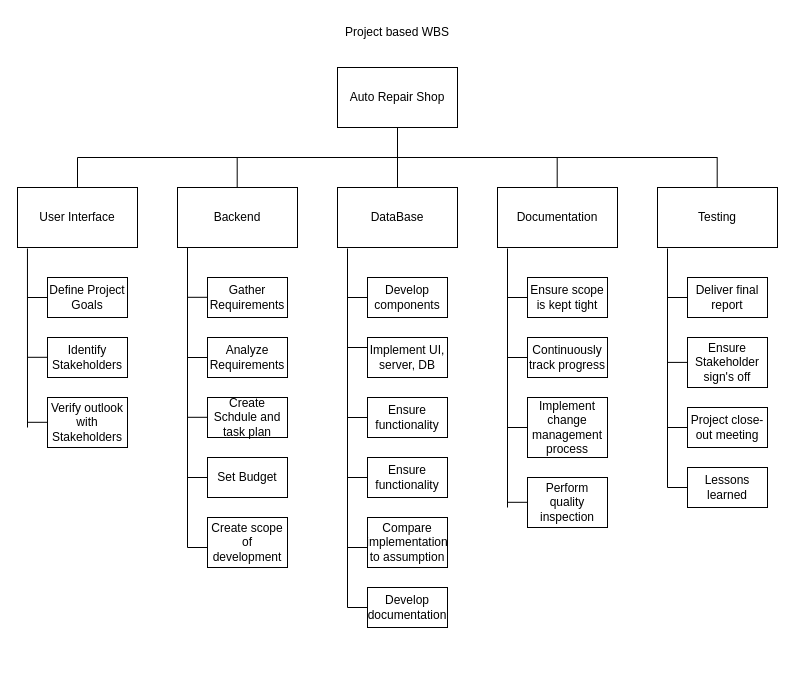
This is AutoRepairProjectBased.drawio from DylanBriSmith/4313Drawings, a draw.io file, before an edit. Source tidied: cells renumbered, new cells numbered last; positions are measured from the earlier drawing's top-left corner, leaving out a move shared by most shapes. Both pictures are drawn from the tidied source at 100%, with x=0, y=0 at pixel (17, 17).
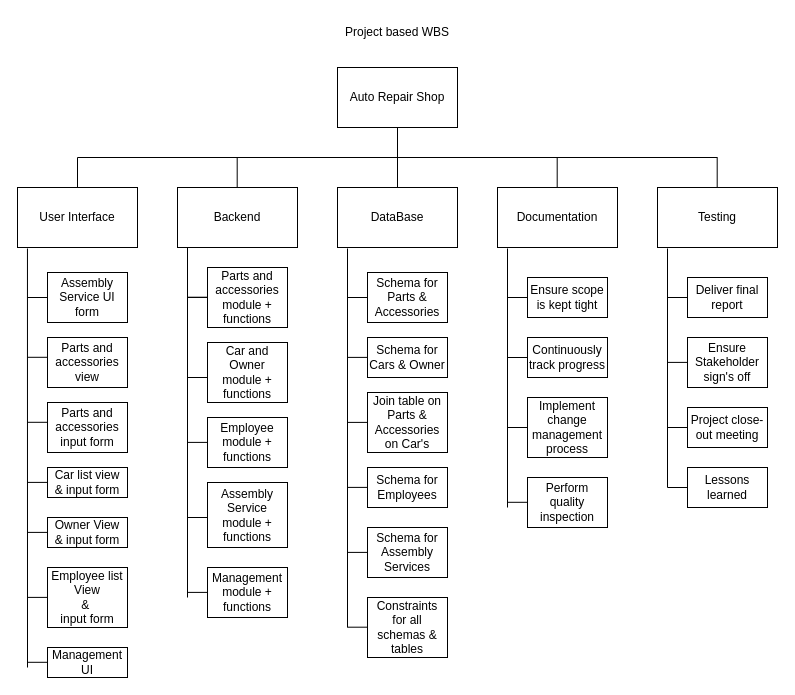
The same page after the edit.

Unchanged cells that the change refers to:
```xml
<mxCell id="3" value="User Interface" style="rounded=0;whiteSpace=wrap;html=1;" parent="1" vertex="1">
  <mxGeometry y="170" width="120" height="60" as="geometry" />
</mxCell>
```

What changed in the source:
```diff
@@
-    <mxCell id="15" value="Define Project Goals" style="rounded=0;whiteSpace=wrap;html=1;" parent="1" vertex="1">
-      <mxGeometry x="30" y="260" width="80" height="40" as="geometry" />
+    <mxCell id="15" value="Assembly Service UI form" style="rounded=0;whiteSpace=wrap;html=1;" parent="1" vertex="1">
+      <mxGeometry x="30" y="255" width="80" height="50" as="geometry" />
     </mxCell>
-    <mxCell id="16" value="Identify Stakeholders" style="rounded=0;whiteSpace=wrap;html=1;" parent="1" vertex="1">
-      <mxGeometry x="30" y="320" width="80" height="40" as="geometry" />
+    <mxCell id="16" value="Parts and accessories view" style="rounded=0;whiteSpace=wrap;html=1;" parent="1" vertex="1">
+      <mxGeometry x="30" y="320" width="80" height="50" as="geometry" />
     </mxCell>
-    <mxCell id="17" value="Gather Requirements" style="rounded=0;whiteSpace=wrap;html=1;" parent="1" vertex="1">
-      <mxGeometry x="190" y="260" width="80" height="40" as="geometry" />
+    <mxCell id="17" value="Parts and accessories module + functions" style="rounded=0;whiteSpace=wrap;html=1;" parent="1" vertex="1">
+      <mxGeometry x="190" y="250" width="80" height="60" as="geometry" />
     </mxCell>
-    <mxCell id="18" value="Analyze Requirements" style="rounded=0;whiteSpace=wrap;html=1;" parent="1" vertex="1">
-      <mxGeometry x="190" y="320" width="80" height="40" as="geometry" />
+    <mxCell id="18" value="Car and Owner module + functions" style="rounded=0;whiteSpace=wrap;html=1;" parent="1" vertex="1">
+      <mxGeometry x="190" y="325" width="80" height="60" as="geometry" />
     </mxCell>
-    <mxCell id="19" value="Create Schdule and task plan" style="rounded=0;whiteSpace=wrap;html=1;" parent="1" vertex="1">
-      <mxGeometry x="190" y="380" width="80" height="40" as="geometry" />
+    <mxCell id="19" value="Employee module + functions" style="rounded=0;whiteSpace=wrap;html=1;" parent="1" vertex="1">
+      <mxGeometry x="190" y="400" width="80" height="50" as="geometry" />
     </mxCell>
-    <mxCell id="20" value="Set Budget" style="rounded=0;whiteSpace=wrap;html=1;" parent="1" vertex="1">
-      <mxGeometry x="190" y="440" width="80" height="40" as="geometry" />
+    <mxCell id="20" value="Assembly Service module + functions" style="rounded=0;whiteSpace=wrap;html=1;" parent="1" vertex="1">
+      <mxGeometry x="190" y="465" width="80" height="65" as="geometry" />
     </mxCell>
-    <mxCell id="21" value="Verify outlook with Stakeholders" style="rounded=0;whiteSpace=wrap;html=1;" parent="1" vertex="1">
-      <mxGeometry x="30" y="380" width="80" height="50" as="geometry" />
+    <mxCell id="21" value="Parts and accessories input form" style="rounded=0;whiteSpace=wrap;html=1;" parent="1" vertex="1">
+      <mxGeometry x="30" y="385" width="80" height="50" as="geometry" />
     </mxCell>
-    <mxCell id="22" value="Create scope of development" style="rounded=0;whiteSpace=wrap;html=1;" parent="1" vertex="1">
-      <mxGeometry x="190" y="500" width="80" height="50" as="geometry" />
-    </mxCell>
-    <mxCell id="23" value="Develop components" style="rounded=0;whiteSpace=wrap;html=1;" parent="1" vertex="1">
-      <mxGeometry x="350" y="260" width="80" height="40" as="geometry" />
+    <mxCell id="23" value="Schema for Parts &amp;amp; Accessories" style="rounded=0;whiteSpace=wrap;html=1;" parent="1" vertex="1">
+      <mxGeometry x="350" y="255" width="80" height="50" as="geometry" />
     </mxCell>
-    <mxCell id="24" value="Implement UI, server, DB" style="rounded=0;whiteSpace=wrap;html=1;" parent="1" vertex="1">
+    <mxCell id="24" value="Schema for Cars &amp;amp; Owner" style="rounded=0;whiteSpace=wrap;html=1;" parent="1" vertex="1">
       <mxGeometry x="350" y="320" width="80" height="40" as="geometry" />
     </mxCell>
-    <mxCell id="25" value="Ensure functionality" style="rounded=0;whiteSpace=wrap;html=1;" parent="1" vertex="1">
-      <mxGeometry x="350" y="380" width="80" height="40" as="geometry" />
+    <mxCell id="25" value="Join table on Parts &amp;amp; Accessories on Car's" style="rounded=0;whiteSpace=wrap;html=1;" parent="1" vertex="1">
+      <mxGeometry x="350" y="375" width="80" height="60" as="geometry" />
     </mxCell>
-    <mxCell id="26" value="Ensure functionality" style="rounded=0;whiteSpace=wrap;html=1;" parent="1" vertex="1">
-      <mxGeometry x="350" y="440" width="80" height="40" as="geometry" />
+    <mxCell id="26" value="Schema for Employees" style="rounded=0;whiteSpace=wrap;html=1;" parent="1" vertex="1">
+      <mxGeometry x="350" y="450" width="80" height="40" as="geometry" />
     </mxCell>
-    <mxCell id="27" value="Compare implementation to assumption" style="rounded=0;whiteSpace=wrap;html=1;" parent="1" vertex="1">
-      <mxGeometry x="350" y="500" width="80" height="50" as="geometry" />
+    <mxCell id="27" value="Schema for Assembly Services" style="rounded=0;whiteSpace=wrap;html=1;" parent="1" vertex="1">
+      <mxGeometry x="350" y="510" width="80" height="50" as="geometry" />
     </mxCell>
-    <mxCell id="28" value="Develop documentation" style="rounded=0;whiteSpace=wrap;html=1;" parent="1" vertex="1">
-      <mxGeometry x="350" y="570" width="80" height="40" as="geometry" />
+    <mxCell id="28" value="Constraints for all schemas &amp;amp; tables" style="rounded=0;whiteSpace=wrap;html=1;" parent="1" vertex="1">
+      <mxGeometry x="350" y="580" width="80" height="60" as="geometry" />
     </mxCell>
@@
     <mxCell id="37" style="endArrow=none;html=1;rounded=0;entryX=0.083;entryY=1.017;entryDx=0;entryDy=0;entryPerimeter=0;" parent="1" edge="1" target="3">
       <mxGeometry relative="1" as="geometry">
-        <mxPoint x="10" y="410" as="sourcePoint" />
+        <mxPoint x="10" y="650" as="sourcePoint" />
       </mxGeometry>
     </mxCell>
     <mxCell id="38" style="endArrow=none;html=1;rounded=0;entryX=0.083;entryY=1.017;entryDx=0;entryDy=0;entryPerimeter=0;" parent="1" edge="1">
       <mxGeometry relative="1" as="geometry">
-        <mxPoint x="170" y="530" as="sourcePoint" />
+        <mxPoint x="170" y="580" as="sourcePoint" />
         <mxPoint x="170" y="230" as="targetPoint" />
       </mxGeometry>
     </mxCell>
     <mxCell id="39" style="endArrow=none;html=1;rounded=0;entryX=0.083;entryY=1.017;entryDx=0;entryDy=0;entryPerimeter=0;" parent="1" edge="1">
       <mxGeometry relative="1" as="geometry">
-        <mxPoint x="330" y="590" as="sourcePoint" />
+        <mxPoint x="330" y="610" as="sourcePoint" />
         <mxPoint x="330" y="231" as="targetPoint" />
       </mxGeometry>
     </mxCell>
@@
     <mxCell id="46" style="endArrow=none;html=1;rounded=0;entryX=0;entryY=0.5;entryDx=0;entryDy=0;" parent="1" edge="1">
       <mxGeometry relative="1" as="geometry">
-        <mxPoint x="170" y="340" as="sourcePoint" />
-        <mxPoint x="190" y="340" as="targetPoint" />
+        <mxPoint x="170" y="279.9" as="sourcePoint" />
+        <mxPoint x="190" y="279.9" as="targetPoint" />
       </mxGeometry>
     </mxCell>
     <mxCell id="47" style="endArrow=none;html=1;rounded=0;entryX=0;entryY=0.5;entryDx=0;entryDy=0;" parent="1" edge="1">
       <mxGeometry relative="1" as="geometry">
-        <mxPoint x="170" y="399.8" as="sourcePoint" />
-        <mxPoint x="190" y="399.8" as="targetPoint" />
+        <mxPoint x="170" y="360" as="sourcePoint" />
+        <mxPoint x="190" y="360" as="targetPoint" />
       </mxGeometry>
     </mxCell>
     <mxCell id="48" style="endArrow=none;html=1;rounded=0;entryX=0;entryY=0.5;entryDx=0;entryDy=0;" parent="1" edge="1">
       <mxGeometry relative="1" as="geometry">
-        <mxPoint x="170" y="460" as="sourcePoint" />
-        <mxPoint x="190" y="460" as="targetPoint" />
+        <mxPoint x="170" y="424.9" as="sourcePoint" />
+        <mxPoint x="190" y="424.9" as="targetPoint" />
       </mxGeometry>
     </mxCell>
@@
     <mxCell id="50" style="endArrow=none;html=1;rounded=0;entryX=0;entryY=0.5;entryDx=0;entryDy=0;" parent="1" edge="1">
       <mxGeometry relative="1" as="geometry">
-        <mxPoint x="330" y="330" as="sourcePoint" />
-        <mxPoint x="350" y="330" as="targetPoint" />
+        <mxPoint x="330" y="339.9" as="sourcePoint" />
+        <mxPoint x="350" y="339.9" as="targetPoint" />
       </mxGeometry>
     </mxCell>
     <mxCell id="51" style="endArrow=none;html=1;rounded=0;entryX=0;entryY=0.5;entryDx=0;entryDy=0;" parent="1" edge="1">
       <mxGeometry relative="1" as="geometry">
-        <mxPoint x="330" y="400" as="sourcePoint" />
-        <mxPoint x="350" y="400" as="targetPoint" />
+        <mxPoint x="330" y="404.9" as="sourcePoint" />
+        <mxPoint x="350" y="404.9" as="targetPoint" />
       </mxGeometry>
     </mxCell>
     <mxCell id="52" style="endArrow=none;html=1;rounded=0;entryX=0;entryY=0.5;entryDx=0;entryDy=0;" parent="1" edge="1">
       <mxGeometry relative="1" as="geometry">
-        <mxPoint x="330" y="460" as="sourcePoint" />
-        <mxPoint x="350" y="460" as="targetPoint" />
+        <mxPoint x="330" y="469.9" as="sourcePoint" />
+        <mxPoint x="350" y="469.9" as="targetPoint" />
       </mxGeometry>
     </mxCell>
     <mxCell id="53" style="endArrow=none;html=1;rounded=0;entryX=0;entryY=0.5;entryDx=0;entryDy=0;" parent="1" edge="1">
       <mxGeometry relative="1" as="geometry">
-        <mxPoint x="330" y="530" as="sourcePoint" />
-        <mxPoint x="350" y="530" as="targetPoint" />
+        <mxPoint x="330" y="534.9" as="sourcePoint" />
+        <mxPoint x="350" y="534.9" as="targetPoint" />
       </mxGeometry>
     </mxCell>
     <mxCell id="54" style="endArrow=none;html=1;rounded=0;entryX=0;entryY=0.5;entryDx=0;entryDy=0;" parent="1" edge="1">
       <mxGeometry relative="1" as="geometry">
-        <mxPoint x="170" y="530" as="sourcePoint" />
-        <mxPoint x="190" y="530" as="targetPoint" />
+        <mxPoint x="170" y="500" as="sourcePoint" />
+        <mxPoint x="190" y="500" as="targetPoint" />
       </mxGeometry>
     </mxCell>
     <mxCell id="55" style="endArrow=none;html=1;rounded=0;entryX=0;entryY=0.5;entryDx=0;entryDy=0;" parent="1" edge="1">
       <mxGeometry relative="1" as="geometry">
-        <mxPoint x="330" y="590" as="sourcePoint" />
-        <mxPoint x="350" y="590" as="targetPoint" />
+        <mxPoint x="330" y="609.7" as="sourcePoint" />
+        <mxPoint x="350" y="609.7" as="targetPoint" />
       </mxGeometry>
     </mxCell>
@@
+    <mxCell id="65" value="Car list view&lt;div&gt;&amp;amp; input form&lt;/div&gt;" style="rounded=0;whiteSpace=wrap;html=1;" parent="1" vertex="1">
+      <mxGeometry x="30" y="450" width="80" height="30" as="geometry" />
+    </mxCell>
+    <mxCell id="66" value="Owner View&lt;div&gt;&amp;amp; input form&lt;/div&gt;" style="rounded=0;whiteSpace=wrap;html=1;" parent="1" vertex="1">
+      <mxGeometry x="30" y="500" width="80" height="30" as="geometry" />
+    </mxCell>
+    <mxCell id="67" style="endArrow=none;html=1;rounded=0;entryX=0;entryY=0.5;entryDx=0;entryDy=0;" parent="1" edge="1">
+      <mxGeometry relative="1" as="geometry">
+        <mxPoint x="10" y="464.9" as="sourcePoint" />
+        <mxPoint x="30" y="464.9" as="targetPoint" />
+      </mxGeometry>
+    </mxCell>
+    <mxCell id="68" style="endArrow=none;html=1;rounded=0;entryX=0;entryY=0.5;entryDx=0;entryDy=0;" parent="1" edge="1">
+      <mxGeometry relative="1" as="geometry">
+        <mxPoint x="10" y="514.9" as="sourcePoint" />
+        <mxPoint x="30" y="514.9" as="targetPoint" />
+      </mxGeometry>
+    </mxCell>
+    <mxCell id="69" value="Employee list View&lt;div&gt;&amp;amp;&amp;nbsp;&lt;/div&gt;&lt;div&gt;input form&lt;/div&gt;" style="rounded=0;whiteSpace=wrap;html=1;" parent="1" vertex="1">
+      <mxGeometry x="30" y="550" width="80" height="60" as="geometry" />
+    </mxCell>
+    <mxCell id="70" style="endArrow=none;html=1;rounded=0;entryX=0;entryY=0.5;entryDx=0;entryDy=0;" parent="1" edge="1">
+      <mxGeometry relative="1" as="geometry">
+        <mxPoint x="10" y="579.9" as="sourcePoint" />
+        <mxPoint x="30" y="579.9" as="targetPoint" />
+      </mxGeometry>
+    </mxCell>
+    <mxCell id="71" value="Management UI" style="rounded=0;whiteSpace=wrap;html=1;" parent="1" vertex="1">
+      <mxGeometry x="30" y="630" width="80" height="30" as="geometry" />
+    </mxCell>
+    <mxCell id="72" style="endArrow=none;html=1;rounded=0;entryX=0;entryY=0.5;entryDx=0;entryDy=0;" parent="1" edge="1">
+      <mxGeometry relative="1" as="geometry">
+        <mxPoint x="10" y="644.8" as="sourcePoint" />
+        <mxPoint x="30" y="644.8" as="targetPoint" />
+      </mxGeometry>
+    </mxCell>
+    <mxCell id="73" value="Management module + functions" style="rounded=0;whiteSpace=wrap;html=1;" parent="1" vertex="1">
+      <mxGeometry x="190" y="550" width="80" height="50" as="geometry" />
+    </mxCell>
+    <mxCell id="74" style="endArrow=none;html=1;rounded=0;entryX=0;entryY=0.5;entryDx=0;entryDy=0;" parent="1" edge="1">
+      <mxGeometry relative="1" as="geometry">
+        <mxPoint x="170" y="574.9" as="sourcePoint" />
+        <mxPoint x="190" y="574.9" as="targetPoint" />
+      </mxGeometry>
+    </mxCell>
```
